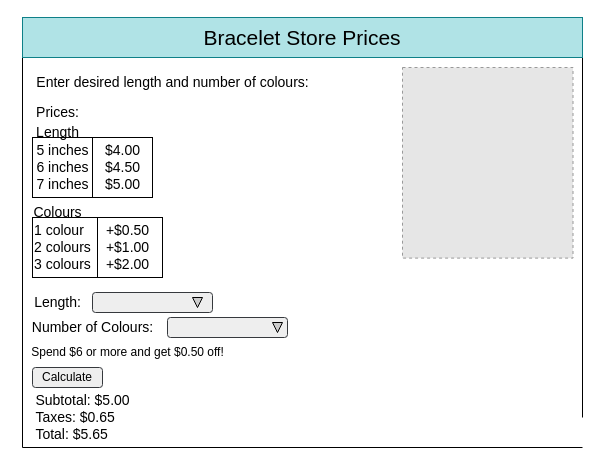
Above: design/storyboard.drawio in MTHS-ICS2O-2-2022/ICS2O-Assignment-04-charlotte-jhu (draw.io), before the change. Source tidied: cells renumbered, new cells numbered last; positions are measured from the earlier drawing's top-left corner, leaving out a move shared by most shapes. Both pictures are drawn from the tidied source at 100%, with x=0, y=0 at pixel (17, 17). Pictures stored in the file or linked from it are replaced by grey dashed boxes.
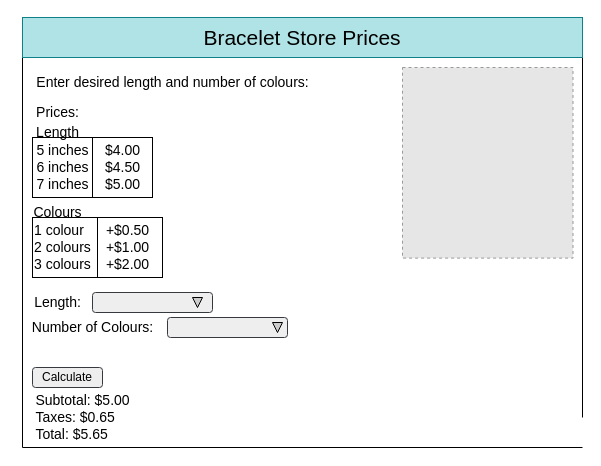
After the change.

The edit, as a diff of the source:
```diff
@@
-    <mxCell id="27" value="&lt;font color=&quot;#000000&quot;&gt;Spend $6 or more and get $0.50 off!&lt;/font&gt;" style="text;html=1;align=center;verticalAlign=middle;strokeColor=none;fillColor=none;" parent="1" vertex="1">
-      <mxGeometry y="320" width="220" height="30" as="geometry" />
-    </mxCell>
```
